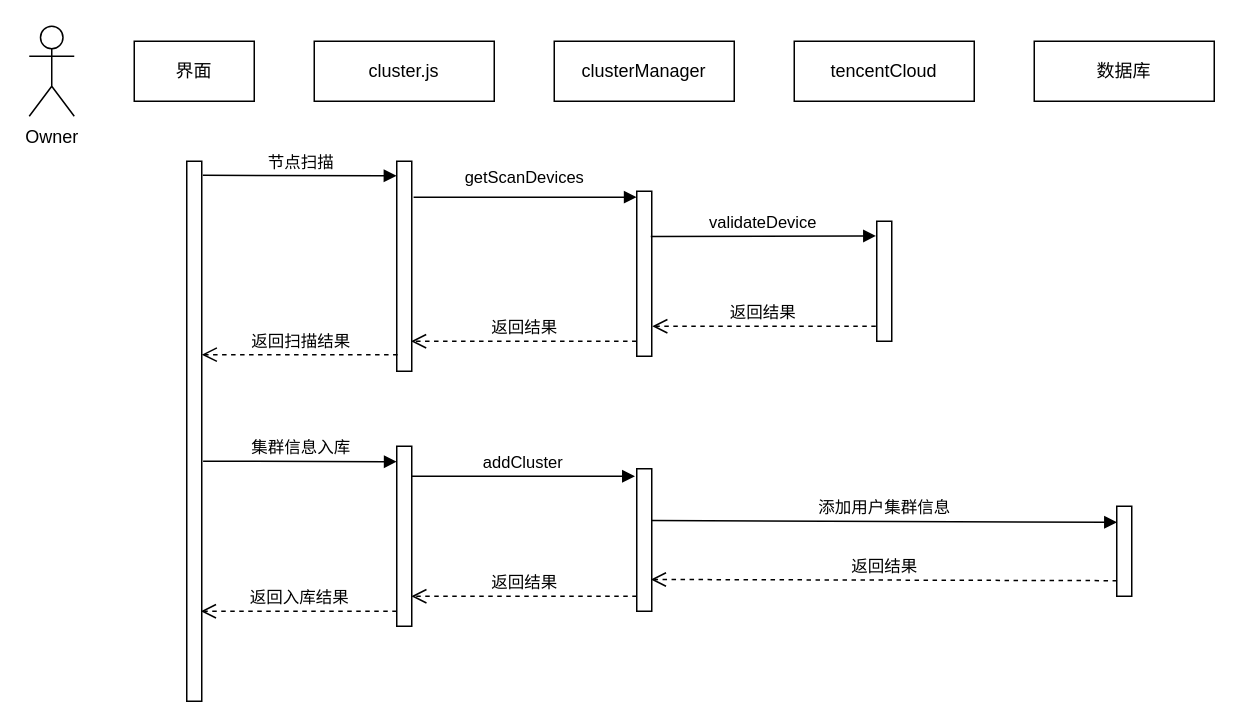
Earlier version of the draw.io diagram 集群管理子模块时序图.drawio (972424611/imageStore). Source tidied: cells renumbered, new cells numbered last; positions are measured from the earlier drawing's top-left corner, leaving out a move shared by most shapes. Both pictures are drawn from the tidied source at 150%, with x=0, y=0 at pixel (28, 26).
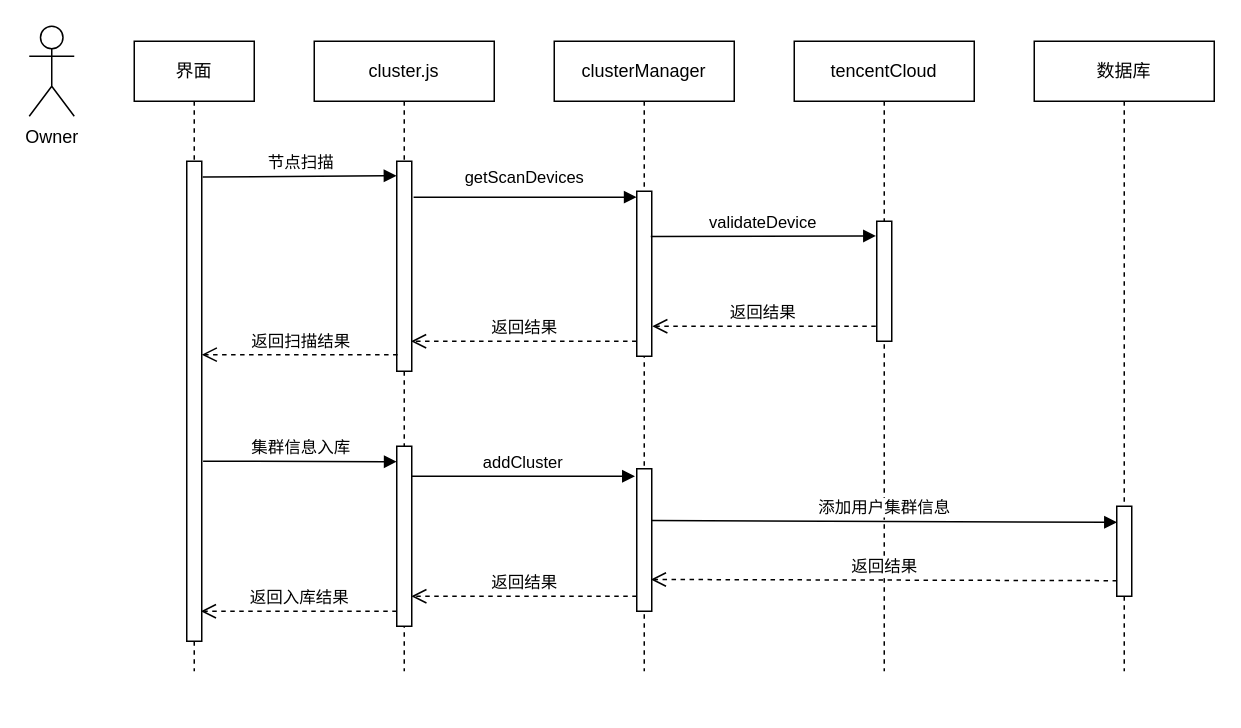
The same page after the edit.

Commit message (it also covers changes not shown here):
Update 集群管理子模块时序图.drawio

The change refers to these unchanged cells:
```xml
<mxCell id="8" style="html=1;points=[];perimeter=orthogonalPerimeter;" parent="1" vertex="1">
  <mxGeometry x="245" y="90" width="10" height="140" as="geometry" />
</mxCell>
```

The edit, as a diff of the source:
```diff
@@
-    <mxCell id="2" value="界面" style="rounded=0;whiteSpace=wrap;html=1;" parent="1" vertex="1">
-      <mxGeometry x="70" y="10" width="80" height="40" as="geometry" />
-    </mxCell>
+    <mxCell id="5" value="数据库" style="shape=umlLifeline;perimeter=lifelinePerimeter;whiteSpace=wrap;html=1;" parent="1" vertex="1">
+      <mxGeometry x="670" y="10" width="120" height="420" as="geometry" />
+    </mxCell>
+    <mxCell id="11" value="tencentCloud" style="shape=umlLifeline;perimeter=lifelinePerimeter;whiteSpace=wrap;html=1;" parent="1" vertex="1">
+      <mxGeometry x="510" y="10" width="120" height="420" as="geometry" />
+    </mxCell>
-    <mxCell id="3" value="clusterManager" style="rounded=0;whiteSpace=wrap;html=1;" parent="1" vertex="1">
-      <mxGeometry x="350" y="10" width="120" height="40" as="geometry" />
+    <mxCell id="3" value="clusterManager" style="shape=umlLifeline;perimeter=lifelinePerimeter;whiteSpace=wrap;html=1;" parent="1" vertex="1">
+      <mxGeometry x="350" y="10" width="120" height="420" as="geometry" />
     </mxCell>
-    <mxCell id="4" value="cluster.js" style="rounded=0;whiteSpace=wrap;html=1;" parent="1" vertex="1">
-      <mxGeometry x="190" y="10" width="120" height="40" as="geometry" />
+    <mxCell id="4" value="cluster.js" style="shape=umlLifeline;perimeter=lifelinePerimeter;whiteSpace=wrap;html=1;" parent="1" vertex="1">
+      <mxGeometry x="190" y="10" width="120" height="420" as="geometry" />
     </mxCell>
-    <mxCell id="5" value="数据库" style="rounded=0;whiteSpace=wrap;html=1;" parent="1" vertex="1">
-      <mxGeometry x="670" y="10" width="120" height="40" as="geometry" />
-    </mxCell>
+    <mxCell id="2" value="界面" style="shape=umlLifeline;perimeter=lifelinePerimeter;whiteSpace=wrap;html=1;" parent="1" vertex="1">
+      <mxGeometry x="70" y="10" width="80" height="420" as="geometry" />
+    </mxCell>
@@
     <mxCell id="7" style="html=1;points=[];perimeter=orthogonalPerimeter;" parent="1" vertex="1">
-      <mxGeometry x="105" y="90" width="10" height="360" as="geometry" />
+      <mxGeometry x="105" y="90" width="10" height="320" as="geometry" />
     </mxCell>
@@
-    <mxCell id="9" value="节点扫描" style="html=1;verticalAlign=bottom;endArrow=block;rounded=0;exitX=1.071;exitY=0.026;exitDx=0;exitDy=0;exitPerimeter=0;entryX=-0.014;entryY=0.069;entryDx=0;entryDy=0;entryPerimeter=0;" parent="1" edge="1" source="7" target="8">
+    <mxCell id="9" value="节点扫描" style="html=1;verticalAlign=bottom;endArrow=block;rounded=0;exitX=1.06;exitY=0.033;exitDx=0;exitDy=0;exitPerimeter=0;entryX=-0.014;entryY=0.069;entryDx=0;entryDy=0;entryPerimeter=0;" parent="1" edge="1" source="7" target="8">
       <mxGeometry relative="1" as="geometry" />
     </mxCell>
@@
-    <mxCell id="11" value="tencentCloud" style="rounded=0;whiteSpace=wrap;html=1;" parent="1" vertex="1">
-      <mxGeometry x="510" y="10" width="120" height="40" as="geometry" />
-    </mxCell>
```
